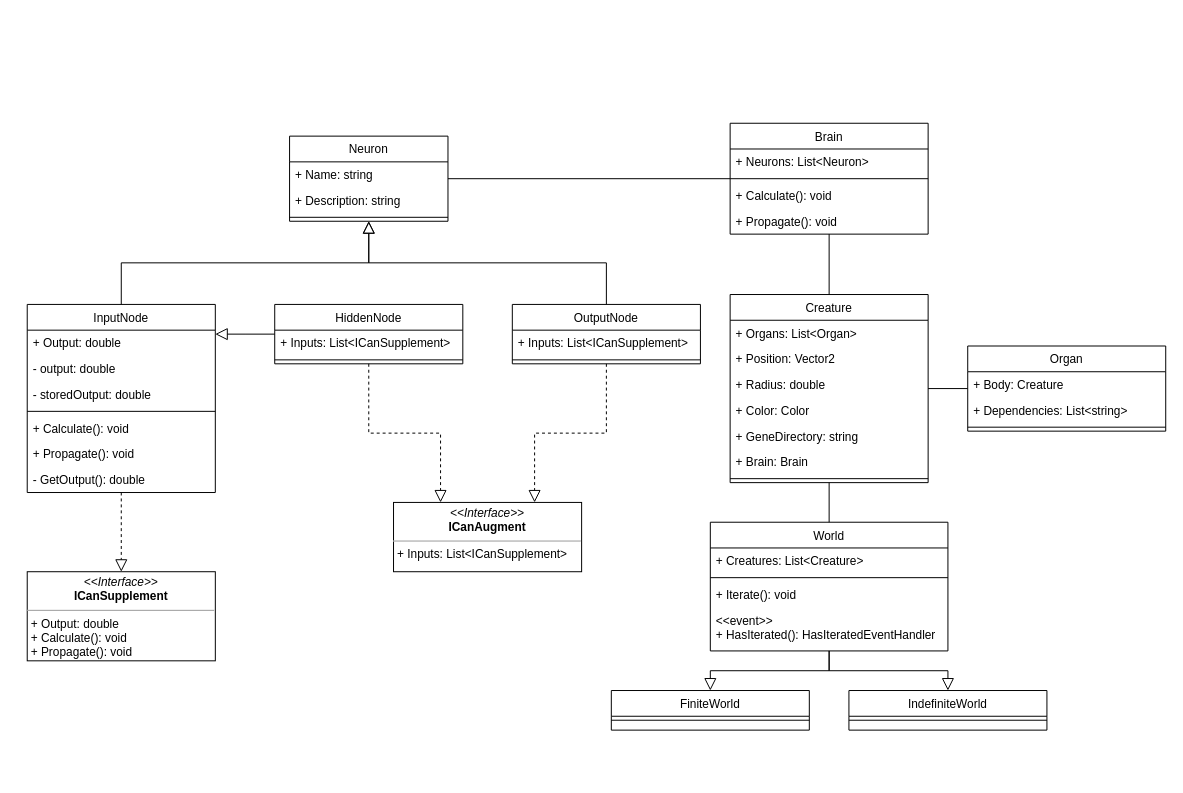
Before: ClassDiagram.drawio in Exouxas/FosterScript.Core, a draw.io diagram. Source tidied: cells renumbered, new cells numbered last; positions are measured from the earlier drawing's top-left corner, leaving out a move shared by most shapes. Both pictures are drawn from the tidied source at 99%, with x=0, y=0 at pixel (27, 123).
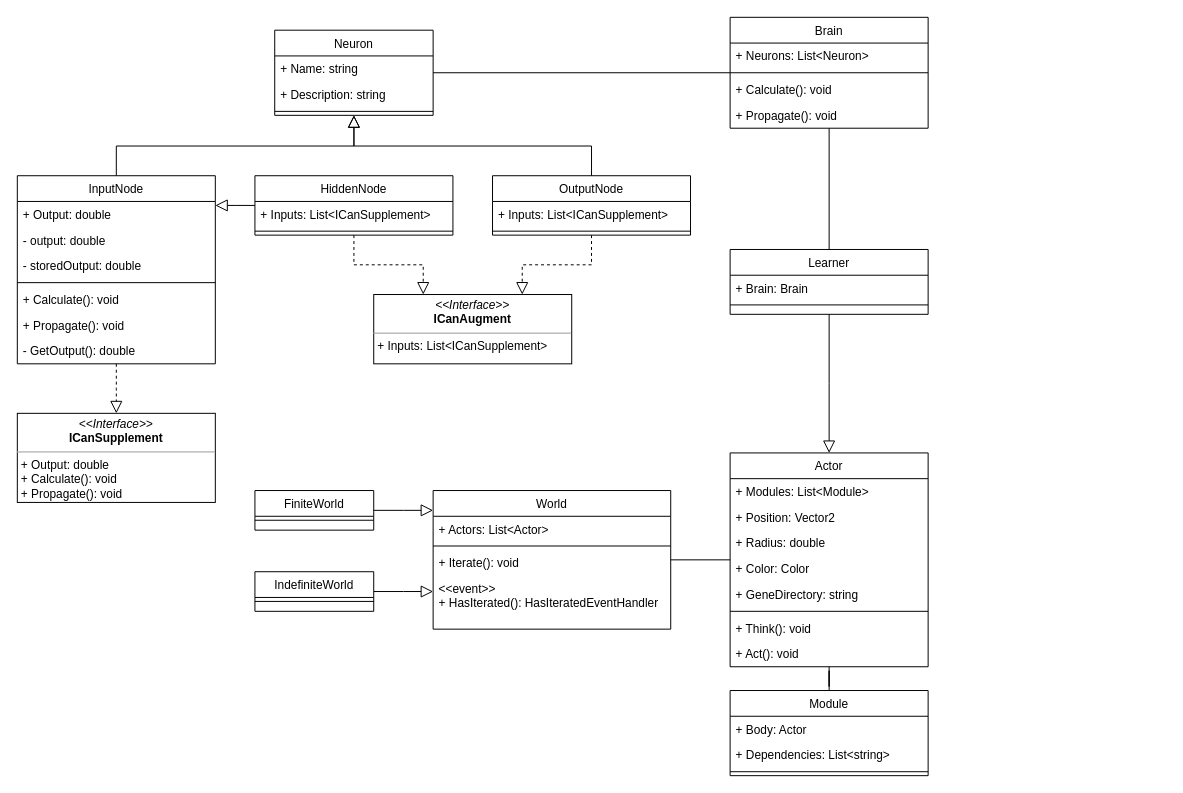
The same page after the edit.

What changed in the source:
```diff
@@
     <mxCell id="2" value="Neuron" style="swimlane;fontStyle=0;align=center;verticalAlign=top;horizontal=1;startSize=26;rounded=0;shadow=0;strokeWidth=1;" parent="1" vertex="1">
-      <mxGeometry x="265" y="13" width="160" height="86" as="geometry" />
+      <mxGeometry x="250" y="-94" width="160" height="86" as="geometry" />
     </mxCell>
@@
     <mxCell id="6" value="InputNode" style="swimlane;fontStyle=0;align=center;verticalAlign=top;horizontal=1;startSize=26;rounded=0;shadow=0;strokeWidth=1;" parent="1" vertex="1">
-      <mxGeometry y="183" width="190" height="190" as="geometry" />
+      <mxGeometry x="-10" y="53" width="200" height="190" as="geometry" />
     </mxCell>
     <mxCell id="7" value="+ Output: double" style="text;align=left;verticalAlign=top;spacingLeft=4;spacingRight=4;overflow=hidden;" parent="6" vertex="1">
-      <mxGeometry y="26" width="190" height="26" as="geometry" />
+      <mxGeometry y="26" width="200" height="26" as="geometry" />
     </mxCell>
     <mxCell id="8" value="- output: double" style="text;align=left;verticalAlign=top;spacingLeft=4;spacingRight=4;overflow=hidden;" parent="6" vertex="1">
-      <mxGeometry y="52" width="190" height="26" as="geometry" />
+      <mxGeometry y="52" width="200" height="26" as="geometry" />
     </mxCell>
     <mxCell id="9" value="- storedOutput: double" style="text;align=left;verticalAlign=top;spacingLeft=4;spacingRight=4;overflow=hidden;" parent="6" vertex="1">
-      <mxGeometry y="78" width="190" height="26" as="geometry" />
+      <mxGeometry y="78" width="200" height="26" as="geometry" />
     </mxCell>
     <mxCell id="10" style="line;html=1;strokeWidth=1;align=left;verticalAlign=middle;spacingTop=-1;spacingLeft=3;spacingRight=3;labelPosition=right;" parent="6" vertex="1">
-      <mxGeometry y="104" width="190" height="8" as="geometry" />
+      <mxGeometry y="104" width="200" height="8" as="geometry" />
     </mxCell>
     <mxCell id="11" value="+ Calculate(): void" style="text;align=left;verticalAlign=top;spacingLeft=4;spacingRight=4;overflow=hidden;" parent="6" vertex="1">
-      <mxGeometry y="112" width="190" height="26" as="geometry" />
+      <mxGeometry y="112" width="200" height="26" as="geometry" />
     </mxCell>
     <mxCell id="12" value="+ Propagate(): void" style="text;align=left;verticalAlign=top;spacingLeft=4;spacingRight=4;overflow=hidden;" parent="6" vertex="1">
-      <mxGeometry y="138" width="190" height="26" as="geometry" />
+      <mxGeometry y="138" width="200" height="26" as="geometry" />
     </mxCell>
     <mxCell id="13" value="- GetOutput(): double" style="text;align=left;verticalAlign=top;spacingLeft=4;spacingRight=4;overflow=hidden;" parent="6" vertex="1">
-      <mxGeometry y="164" width="190" height="26" as="geometry" />
+      <mxGeometry y="164" width="200" height="26" as="geometry" />
     </mxCell>
@@
     <mxCell id="15" value="OutputNode" style="swimlane;fontStyle=0;align=center;verticalAlign=top;horizontal=1;startSize=26;rounded=0;shadow=0;strokeWidth=1;" parent="1" vertex="1">
-      <mxGeometry x="490" y="183" width="190" height="60" as="geometry" />
+      <mxGeometry x="470" y="53" width="200" height="60" as="geometry" />
     </mxCell>
     <mxCell id="16" value="+ Inputs: List&lt;ICanSupplement&gt;" style="text;align=left;verticalAlign=top;spacingLeft=4;spacingRight=4;overflow=hidden;rounded=0;shadow=0;html=0;" parent="15" vertex="1">
-      <mxGeometry y="26" width="190" height="26" as="geometry" />
+      <mxGeometry y="26" width="200" height="26" as="geometry" />
     </mxCell>
     <mxCell id="17" style="line;html=1;strokeWidth=1;align=left;verticalAlign=middle;spacingTop=-1;spacingLeft=3;spacingRight=3;labelPosition=right;" parent="15" vertex="1">
-      <mxGeometry y="52" width="190" height="8" as="geometry" />
+      <mxGeometry y="52" width="200" height="8" as="geometry" />
     </mxCell>
@@
-    <mxCell id="19" value="Organ" style="swimlane;fontStyle=0;align=center;verticalAlign=top;horizontal=1;startSize=26;rounded=0;shadow=0;strokeWidth=1;" parent="1" vertex="1">
-      <mxGeometry x="950" y="225" width="200" height="86" as="geometry" />
+    <mxCell id="19" value="Module" style="swimlane;fontStyle=0;align=center;verticalAlign=top;horizontal=1;startSize=26;rounded=0;shadow=0;strokeWidth=1;" parent="1" vertex="1">
+      <mxGeometry x="710" y="573" width="200" height="86" as="geometry" />
     </mxCell>
-    <mxCell id="20" value="+ Body: Creature" style="text;align=left;verticalAlign=top;spacingLeft=4;spacingRight=4;overflow=hidden;" parent="19" vertex="1">
+    <mxCell id="20" value="+ Body: Actor" style="text;align=left;verticalAlign=top;spacingLeft=4;spacingRight=4;overflow=hidden;" parent="19" vertex="1">
       <mxGeometry y="26" width="200" height="26" as="geometry" />
     </mxCell>
@@
-    <mxCell id="23" style="edgeStyle=orthogonalEdgeStyle;rounded=0;jettySize=auto;html=1;endArrow=none;endFill=0;" parent="1" edge="1" source="24" target="19">
+    <mxCell id="23" style="edgeStyle=orthogonalEdgeStyle;rounded=0;jettySize=auto;html=1;endArrow=none;endFill=0;" parent="1" edge="1" source="60" target="19">
       <mxGeometry relative="1" as="geometry" />
     </mxCell>
-    <mxCell id="24" value="Creature" style="swimlane;fontStyle=0;align=center;verticalAlign=top;horizontal=1;startSize=26;rounded=0;shadow=0;strokeWidth=1;" parent="1" vertex="1">
-      <mxGeometry x="710" y="173" width="200" height="190" as="geometry" />
+    <mxCell id="24" value="Learner" style="swimlane;fontStyle=0;align=center;verticalAlign=top;horizontal=1;startSize=26;rounded=0;shadow=0;strokeWidth=1;" parent="1" vertex="1">
+      <mxGeometry x="710" y="127.5" width="200" height="65.5" as="geometry" />
     </mxCell>
-    <mxCell id="25" value="+ Organs: List&lt;Organ&gt;" style="text;align=left;verticalAlign=top;spacingLeft=4;spacingRight=4;overflow=hidden;" parent="24" vertex="1">
-      <mxGeometry y="26" width="200" height="26" as="geometry" />
-    </mxCell>
-    <mxCell id="26" value="+ Position: Vector2" style="text;align=left;verticalAlign=top;spacingLeft=4;spacingRight=4;overflow=hidden;" parent="24" vertex="1">
-      <mxGeometry y="52" width="200" height="26" as="geometry" />
-    </mxCell>
-    <mxCell id="27" value="+ Radius: double" style="text;align=left;verticalAlign=top;spacingLeft=4;spacingRight=4;overflow=hidden;" parent="24" vertex="1">
-      <mxGeometry y="78" width="200" height="26" as="geometry" />
-    </mxCell>
-    <mxCell id="28" value="+ Color: Color" style="text;align=left;verticalAlign=top;spacingLeft=4;spacingRight=4;overflow=hidden;" parent="24" vertex="1">
-      <mxGeometry y="104" width="200" height="26" as="geometry" />
-    </mxCell>
-    <mxCell id="29" value="+ GeneDirectory: string" style="text;align=left;verticalAlign=top;spacingLeft=4;spacingRight=4;overflow=hidden;" parent="24" vertex="1">
-      <mxGeometry y="130" width="200" height="26" as="geometry" />
-    </mxCell>
     <mxCell id="30" value="+ Brain: Brain" style="text;align=left;verticalAlign=top;spacingLeft=4;spacingRight=4;overflow=hidden;" parent="24" vertex="1">
-      <mxGeometry y="156" width="200" height="26" as="geometry" />
+      <mxGeometry y="26" width="200" height="26" as="geometry" />
     </mxCell>
     <mxCell id="31" style="line;html=1;strokeWidth=1;align=left;verticalAlign=middle;spacingTop=-1;spacingLeft=3;spacingRight=3;labelPosition=right;" parent="24" vertex="1">
-      <mxGeometry y="182" width="200" height="8" as="geometry" />
+      <mxGeometry y="52" width="200" height="8" as="geometry" />
     </mxCell>
     <mxCell id="32" value="HiddenNode" style="swimlane;fontStyle=0;align=center;verticalAlign=top;horizontal=1;startSize=26;rounded=0;shadow=0;strokeWidth=1;" parent="1" vertex="1">
-      <mxGeometry x="250" y="183" width="190" height="60" as="geometry" />
+      <mxGeometry x="230" y="53" width="200" height="60" as="geometry" />
     </mxCell>
     <mxCell id="33" value="+ Inputs: List&lt;ICanSupplement&gt;" style="text;align=left;verticalAlign=top;spacingLeft=4;spacingRight=4;overflow=hidden;rounded=0;shadow=0;html=0;" parent="32" vertex="1">
-      <mxGeometry y="26" width="190" height="26" as="geometry" />
+      <mxGeometry y="26" width="200" height="26" as="geometry" />
     </mxCell>
     <mxCell id="34" style="line;html=1;strokeWidth=1;align=left;verticalAlign=middle;spacingTop=-1;spacingLeft=3;spacingRight=3;labelPosition=right;" parent="32" vertex="1">
-      <mxGeometry y="52" width="190" height="8" as="geometry" />
+      <mxGeometry y="52" width="200" height="8" as="geometry" />
     </mxCell>
@@
     <mxCell id="36" value="&lt;p style=&quot;margin: 0px ; margin-top: 4px ; text-align: center&quot;&gt;&lt;i&gt;&amp;lt;&amp;lt;Interface&amp;gt;&amp;gt;&lt;/i&gt;&lt;br&gt;&lt;b&gt;ICanAugment&lt;/b&gt;&lt;/p&gt;&lt;hr size=&quot;1&quot;&gt;&lt;p style=&quot;margin: 0px ; margin-left: 4px&quot;&gt;+ Inputs: List&amp;lt;ICanSupplement&amp;gt;&lt;br&gt;&lt;/p&gt;" style="verticalAlign=top;align=left;overflow=fill;fontSize=12;fontFamily=Helvetica;html=1;" parent="1" vertex="1">
-      <mxGeometry x="370" y="383" width="190" height="70" as="geometry" />
+      <mxGeometry x="350" y="173" width="200" height="70" as="geometry" />
     </mxCell>
     <mxCell id="37" value="&lt;p style=&quot;margin: 0px ; margin-top: 4px ; text-align: center&quot;&gt;&lt;i&gt;&amp;lt;&amp;lt;Interface&amp;gt;&amp;gt;&lt;/i&gt;&lt;br&gt;&lt;b&gt;ICanSupplement&lt;/b&gt;&lt;/p&gt;&lt;hr size=&quot;1&quot;&gt;&lt;p style=&quot;margin: 0px ; margin-left: 4px&quot;&gt;+ Output: double&lt;/p&gt;&lt;p style=&quot;margin: 0px ; margin-left: 4px&quot;&gt;+ Calculate(): void&lt;/p&gt;&lt;p style=&quot;margin: 0px ; margin-left: 4px&quot;&gt;+ Propagate(): void&lt;/p&gt;" style="verticalAlign=top;align=left;overflow=fill;fontSize=12;fontFamily=Helvetica;html=1;" parent="1" vertex="1">
-      <mxGeometry y="453" width="190" height="90" as="geometry" />
+      <mxGeometry x="-10" y="293" width="200" height="90" as="geometry" />
     </mxCell>
@@
     <mxCell id="41" value="Brain" style="swimlane;fontStyle=0;align=center;verticalAlign=top;horizontal=1;startSize=26;rounded=0;shadow=0;strokeWidth=1;" parent="1" vertex="1">
-      <mxGeometry x="710" width="200" height="112" as="geometry" />
+      <mxGeometry x="710" y="-107" width="200" height="112" as="geometry" />
     </mxCell>
@@
     <mxCell id="48" value="World" style="swimlane;fontStyle=0;align=center;verticalAlign=top;horizontal=1;startSize=26;rounded=0;shadow=0;strokeWidth=1;" parent="1" vertex="1">
-      <mxGeometry x="690" y="403" width="240" height="130" as="geometry" />
+      <mxGeometry x="410" y="371" width="240" height="140" as="geometry" />
     </mxCell>
-    <mxCell id="49" value="+ Creatures: List&lt;Creature&gt;" style="text;align=left;verticalAlign=top;spacingLeft=4;spacingRight=4;overflow=hidden;" parent="48" vertex="1">
+    <mxCell id="49" value="+ Actors: List&lt;Actor&gt;" style="text;align=left;verticalAlign=top;spacingLeft=4;spacingRight=4;overflow=hidden;" parent="48" vertex="1">
       <mxGeometry y="26" width="240" height="26" as="geometry" />
     </mxCell>
@@
-    <mxCell id="53" style="edgeStyle=orthogonalEdgeStyle;rounded=0;jettySize=auto;html=1;endArrow=none;endFill=0;" parent="1" edge="1" source="48" target="24">
+    <mxCell id="53" style="edgeStyle=orthogonalEdgeStyle;rounded=0;jettySize=auto;html=1;endArrow=none;endFill=0;" parent="1" edge="1" source="48" target="60">
       <mxGeometry relative="1" as="geometry" />
     </mxCell>
     <mxCell id="54" value="FiniteWorld" style="swimlane;fontStyle=0;align=center;verticalAlign=top;horizontal=1;startSize=26;rounded=0;shadow=0;strokeWidth=1;" parent="1" vertex="1">
-      <mxGeometry x="590" y="573" width="200" height="40" as="geometry" />
+      <mxGeometry x="230" y="371" width="120" height="40" as="geometry" />
     </mxCell>
     <mxCell id="55" style="line;html=1;strokeWidth=1;align=left;verticalAlign=middle;spacingTop=-1;spacingLeft=3;spacingRight=3;labelPosition=right;" parent="54" vertex="1">
-      <mxGeometry y="26" width="200" height="8" as="geometry" />
+      <mxGeometry y="26" width="120" height="8" as="geometry" />
     </mxCell>
-    <mxCell id="56" style="endArrow=block;endSize=10;endFill=0;shadow=0;strokeWidth=1;rounded=0;edgeStyle=elbowEdgeStyle;elbow=vertical;" parent="1" edge="1" source="48" target="54">
+    <mxCell id="56" style="endArrow=block;endSize=10;endFill=0;shadow=0;strokeWidth=1;rounded=0;edgeStyle=elbowEdgeStyle;elbow=vertical;" parent="1" edge="1" source="57" target="48">
       <mxGeometry relative="1" as="geometry" />
     </mxCell>
     <mxCell id="57" value="IndefiniteWorld" style="swimlane;fontStyle=0;align=center;verticalAlign=top;horizontal=1;startSize=26;rounded=0;shadow=0;strokeWidth=1;" parent="1" vertex="1">
-      <mxGeometry x="830" y="573" width="200" height="40" as="geometry" />
+      <mxGeometry x="230" y="453" width="120" height="40" as="geometry" />
     </mxCell>
     <mxCell id="58" style="line;html=1;strokeWidth=1;align=left;verticalAlign=middle;spacingTop=-1;spacingLeft=3;spacingRight=3;labelPosition=right;" parent="57" vertex="1">
-      <mxGeometry y="26" width="200" height="8" as="geometry" />
+      <mxGeometry y="26" width="120" height="8" as="geometry" />
     </mxCell>
-    <mxCell id="59" style="endArrow=block;endSize=10;endFill=0;shadow=0;strokeWidth=1;rounded=0;edgeStyle=elbowEdgeStyle;elbow=vertical;" parent="1" edge="1" source="48" target="57">
+    <mxCell id="59" style="endArrow=block;endSize=10;endFill=0;shadow=0;strokeWidth=1;rounded=0;edgeStyle=elbowEdgeStyle;elbow=vertical;" parent="1" edge="1" source="54" target="48">
       <mxGeometry relative="1" as="geometry" />
     </mxCell>
+    <mxCell id="60" value="Actor" style="swimlane;fontStyle=0;align=center;verticalAlign=top;horizontal=1;startSize=26;rounded=0;shadow=0;strokeWidth=1;" parent="1" vertex="1">
+      <mxGeometry x="710" y="333" width="200" height="216" as="geometry" />
+    </mxCell>
+    <mxCell id="61" value="+ Modules: List&lt;Module&gt;" style="text;align=left;verticalAlign=top;spacingLeft=4;spacingRight=4;overflow=hidden;" parent="60" vertex="1">
+      <mxGeometry y="26" width="200" height="26" as="geometry" />
+    </mxCell>
+    <mxCell id="26" value="+ Position: Vector2" style="text;align=left;verticalAlign=top;spacingLeft=4;spacingRight=4;overflow=hidden;" parent="60" vertex="1">
+      <mxGeometry y="52" width="200" height="26" as="geometry" />
+    </mxCell>
+    <mxCell id="27" value="+ Radius: double" style="text;align=left;verticalAlign=top;spacingLeft=4;spacingRight=4;overflow=hidden;" parent="60" vertex="1">
+      <mxGeometry y="78" width="200" height="26" as="geometry" />
+    </mxCell>
+    <mxCell id="28" value="+ Color: Color" style="text;align=left;verticalAlign=top;spacingLeft=4;spacingRight=4;overflow=hidden;" parent="60" vertex="1">
+      <mxGeometry y="104" width="200" height="26" as="geometry" />
+    </mxCell>
+    <mxCell id="29" value="+ GeneDirectory: string" style="text;align=left;verticalAlign=top;spacingLeft=4;spacingRight=4;overflow=hidden;" parent="60" vertex="1">
+      <mxGeometry y="130" width="200" height="26" as="geometry" />
+    </mxCell>
+    <mxCell id="62" style="line;html=1;strokeWidth=1;align=left;verticalAlign=middle;spacingTop=-1;spacingLeft=3;spacingRight=3;labelPosition=right;" parent="60" vertex="1">
+      <mxGeometry y="156" width="200" height="8" as="geometry" />
+    </mxCell>
+    <mxCell id="63" value="+ Think(): void" style="text;align=left;verticalAlign=top;spacingLeft=4;spacingRight=4;overflow=hidden;" parent="60" vertex="1">
+      <mxGeometry y="164" width="200" height="26" as="geometry" />
+    </mxCell>
+    <mxCell id="64" value="+ Act(): void" style="text;align=left;verticalAlign=top;spacingLeft=4;spacingRight=4;overflow=hidden;" parent="60" vertex="1">
+      <mxGeometry y="190" width="200" height="26" as="geometry" />
+    </mxCell>
+    <mxCell id="65" style="endArrow=block;endSize=10;endFill=0;shadow=0;strokeWidth=1;rounded=0;edgeStyle=elbowEdgeStyle;elbow=vertical;" parent="1" edge="1" source="24" target="60">
+      <mxGeometry relative="1" as="geometry" />
+    </mxCell>
```
